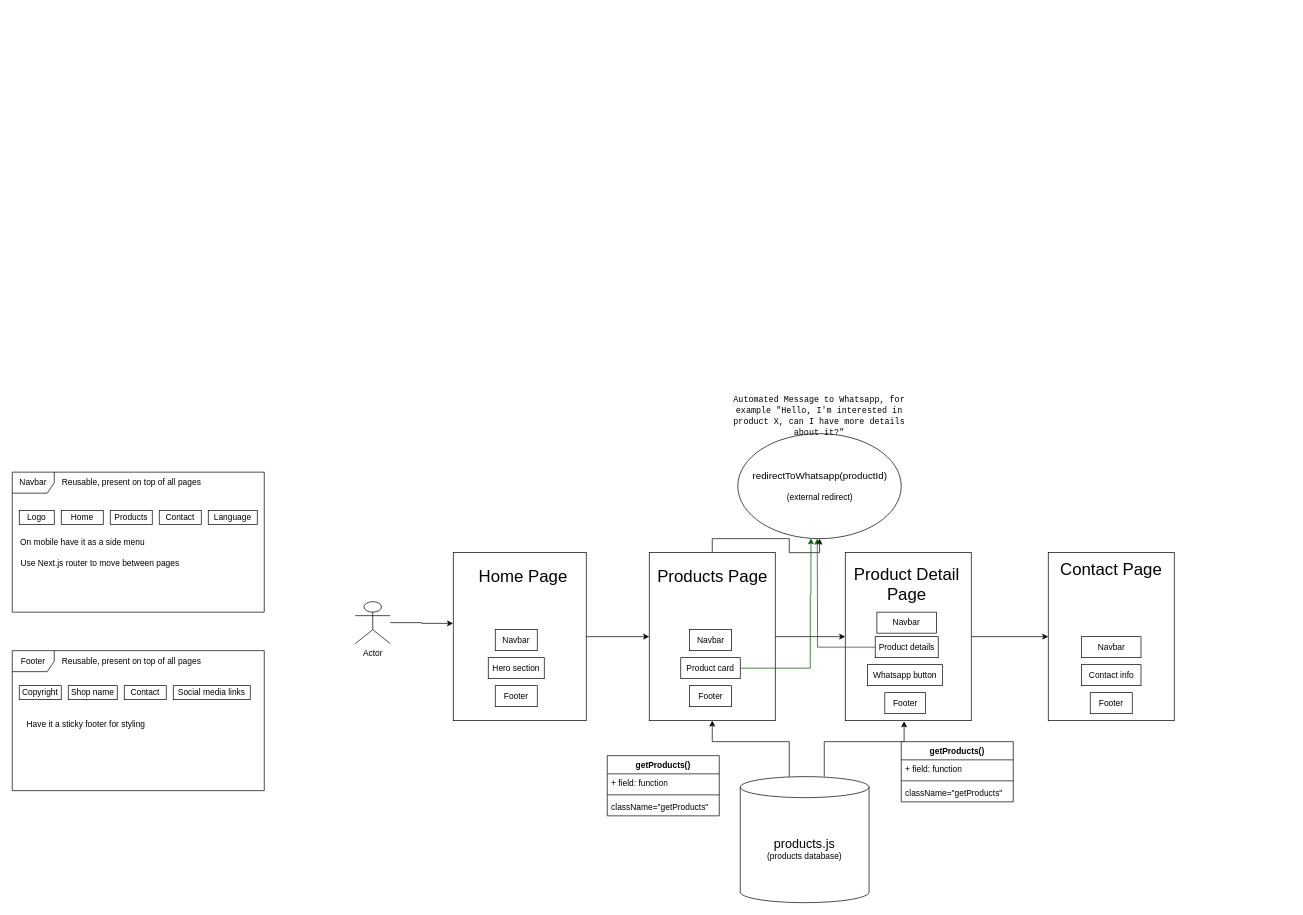
Earlier version of the draw.io diagram Untitled Diagram.drawio (Heath114/mechanical). Source tidied: cells renumbered, new cells numbered last; positions are measured from the earlier drawing's top-left corner, leaving out a move shared by most shapes. Both pictures are drawn from the tidied source at 70%, with x=0, y=0 at pixel (12, 384).
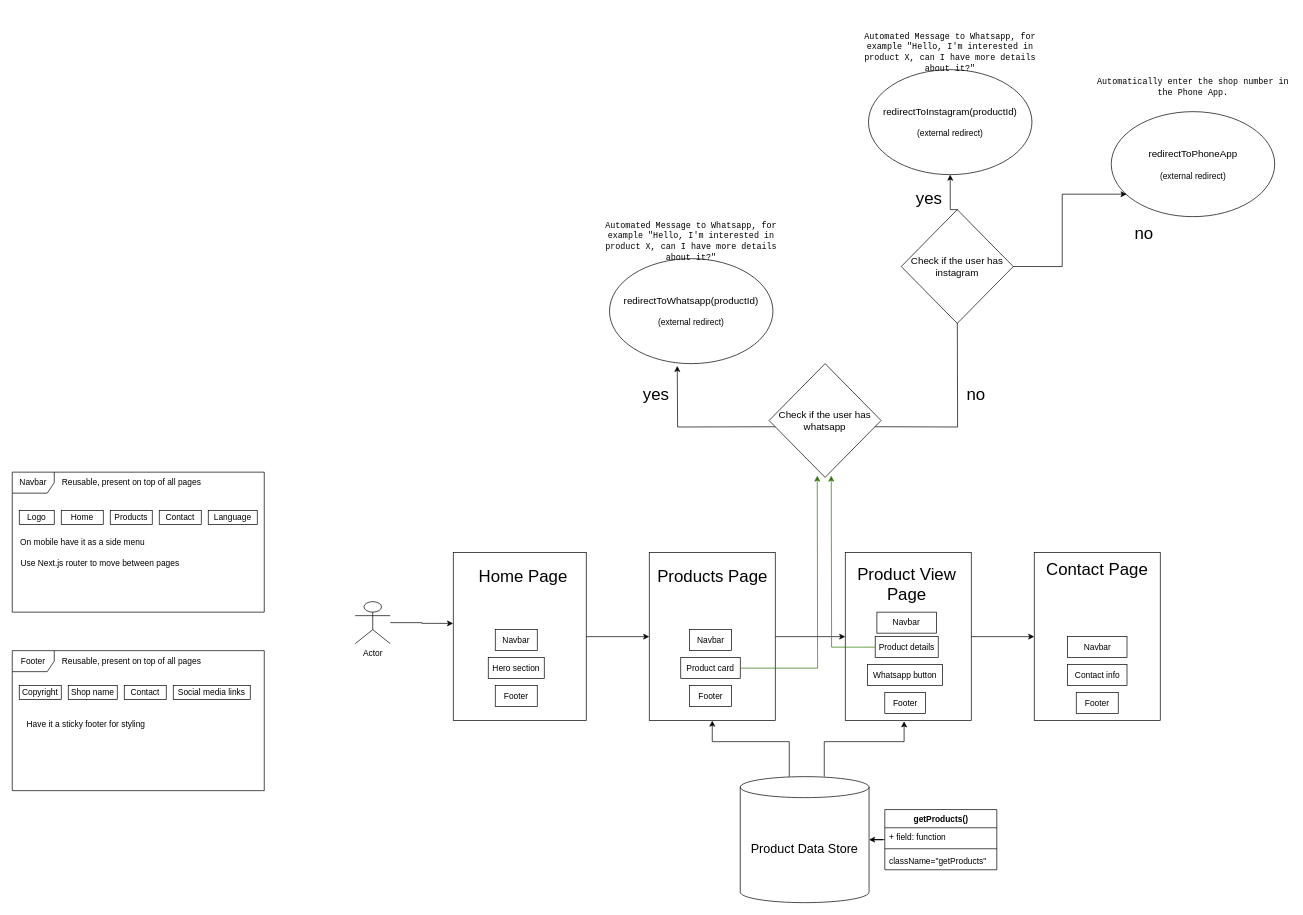
Above is the later version.

The change refers to these unchanged cells:
```xml
<mxCell id="4" style="rounded=0;whiteSpace=wrap;html=1;" parent="1" vertex="1">
  <mxGeometry x="910" y="240" width="180" height="240" as="geometry" />
</mxCell>
<mxCell id="15" value="Product card" style="rounded=0;whiteSpace=wrap;html=1;" parent="1" vertex="1">
  <mxGeometry x="955" y="390" width="85" height="30" as="geometry" />
</mxCell>
<mxCell id="17" value="Product details" style="rounded=0;whiteSpace=wrap;html=1;" parent="1" vertex="1">
  <mxGeometry x="1232.8" y="360" width="90" height="30" as="geometry" />
</mxCell>
```

The edit, as a diff of the source:
```diff
@@
-    <mxCell id="3" style="edgeStyle=orthogonalEdgeStyle;rounded=0;jettySize=auto;html=1;" parent="1" edge="1" source="4" target="29">
-      <mxGeometry relative="1" as="geometry" />
-    </mxCell>
@@
     <mxCell id="7" style="rounded=0;whiteSpace=wrap;html=1;" parent="1" vertex="1">
-      <mxGeometry x="1480" y="240" width="180" height="240" as="geometry" />
+      <mxGeometry x="1460" y="240" width="180" height="240" as="geometry" />
     </mxCell>
@@
-    <mxCell id="14" style="edgeStyle=orthogonalEdgeStyle;rounded=0;jettySize=auto;html=1;fillColor=#008a00;strokeColor=#005700;" parent="1" edge="1" source="15" target="29">
-      <mxGeometry relative="1" as="geometry">
-        <Array as="points">
-          <mxPoint x="1140" y="405" />
-          <mxPoint x="1140" y="300" />
-          <mxPoint x="1141" y="300" />
-        </Array>
-      </mxGeometry>
-    </mxCell>
+    <mxCell id="60" style="edgeStyle=orthogonalEdgeStyle;rounded=0;jettySize=auto;html=1;fillColor=#60a917;strokeColor=#2D7600;" parent="1" edge="1" source="15">
+      <mxGeometry relative="1" as="geometry">
+        <mxPoint x="1150" y="130" as="targetPoint" />
+      </mxGeometry>
+    </mxCell>
@@
+    <mxCell id="61" style="edgeStyle=orthogonalEdgeStyle;rounded=0;jettySize=auto;html=1;fillColor=#60a917;strokeColor=#2D7600;" parent="1" edge="1" source="17">
+      <mxGeometry relative="1" as="geometry">
+        <mxPoint x="1170" y="130" as="targetPoint" />
+      </mxGeometry>
+    </mxCell>
@@
     <mxCell id="19" value="Contact info" style="rounded=0;whiteSpace=wrap;html=1;" parent="1" vertex="1">
-      <mxGeometry x="1527.5" y="400" width="85" height="30" as="geometry" />
+      <mxGeometry x="1507.5" y="400" width="85" height="30" as="geometry" />
     </mxCell>
     <mxCell id="20" value="Footer" style="rounded=0;whiteSpace=wrap;html=1;" parent="1" vertex="1">
-      <mxGeometry x="1540" y="440" width="60" height="30" as="geometry" />
+      <mxGeometry x="1520" y="440" width="60" height="30" as="geometry" />
     </mxCell>
@@
     <mxCell id="23" value="Navbar" style="rounded=0;whiteSpace=wrap;html=1;" parent="1" vertex="1">
-      <mxGeometry x="1527.5" y="360" width="85" height="30" as="geometry" />
+      <mxGeometry x="1507.5" y="360" width="85" height="30" as="geometry" />
     </mxCell>
-    <mxCell id="24" value="&lt;font style=&quot;font-size: 18px;&quot;&gt;products.js&lt;/font&gt;&lt;div&gt;(products database)&lt;/div&gt;" style="shape=cylinder3;whiteSpace=wrap;html=1;boundedLbl=1;backgroundOutline=1;size=15;" parent="1" vertex="1">
+    <mxCell id="24" value="&lt;span style=&quot;font-size: 18px;&quot;&gt;Product Data Store&lt;/span&gt;" style="shape=cylinder3;whiteSpace=wrap;html=1;boundedLbl=1;backgroundOutline=1;size=15;" parent="1" vertex="1">
       <mxGeometry x="1040" y="560" width="184" height="180" as="geometry" />
     </mxCell>
@@
     <mxCell id="27" value="&lt;font style=&quot;font-size: 24px;&quot;&gt;Contact Page&lt;/font&gt;" style="text;html=1;align=center;verticalAlign=middle;whiteSpace=wrap;rounded=0;" parent="1" vertex="1">
-      <mxGeometry x="1488.9" y="250" width="162.2" height="30" as="geometry" />
+      <mxGeometry x="1468.9" y="250" width="162.2" height="30" as="geometry" />
     </mxCell>
@@
     <mxCell id="29" value="&lt;font style=&quot;color: light-dark(rgb(0, 0, 0), rgb(255, 255, 0)); font-size: 14px;&quot;&gt;redirectToWhatsapp(productId)&lt;/font&gt;&lt;div&gt;&lt;br&gt;&lt;/div&gt;&lt;div&gt;(external redirect)&lt;/div&gt;" style="ellipse;whiteSpace=wrap;html=1;" parent="1" vertex="1">
-      <mxGeometry x="1036.5" y="70" width="233.5" height="150" as="geometry" />
+      <mxGeometry x="853.2" y="-180" width="233.5" height="150" as="geometry" />
     </mxCell>
-    <mxCell id="30" style="edgeStyle=orthogonalEdgeStyle;rounded=0;jettySize=auto;html=1;fillColor=#008a00;strokeColor=#005700;" parent="1" edge="1" source="17">
-      <mxGeometry relative="1" as="geometry">
-        <mxPoint x="1150" y="220" as="targetPoint" />
-      </mxGeometry>
-    </mxCell>
     <mxCell id="31" value="&lt;br&gt;&lt;p&gt;&lt;font style=&quot;color: light-dark(rgb(0, 0, 0), rgb(102, 197, 255));&quot; face=&quot;monospace&quot;&gt;Automated Message to Whatsapp, for example &quot;Hello, I'm interested in product X, can I have more details about it?&quot;&lt;/font&gt;&lt;/p&gt;&lt;div&gt;&lt;br&gt;&lt;/div&gt;" style="text;html=1;align=center;verticalAlign=middle;whiteSpace=wrap;rounded=0;" parent="1" vertex="1">
-      <mxGeometry x="1013.2" width="280" height="90" as="geometry" />
+      <mxGeometry x="830" y="-250" width="280" height="90" as="geometry" />
     </mxCell>
@@
-    <mxCell id="34" value="&lt;font style=&quot;font-size: 24px;&quot;&gt;Product Detail Page&lt;/font&gt;" style="text;html=1;align=center;verticalAlign=middle;whiteSpace=wrap;rounded=0;" parent="1" vertex="1">
+    <mxCell id="34" value="&lt;font style=&quot;font-size: 24px;&quot;&gt;Product View Page&lt;/font&gt;" style="text;html=1;align=center;verticalAlign=middle;whiteSpace=wrap;rounded=0;" parent="1" vertex="1">
       <mxGeometry x="1196" y="270" width="163.5" height="30" as="geometry" />
     </mxCell>
+    <mxCell id="62" style="edgeStyle=orthogonalEdgeStyle;rounded=0;jettySize=auto;html=1;" parent="1" edge="1" source="35" target="24">
+      <mxGeometry relative="1" as="geometry" />
+    </mxCell>
     <mxCell id="35" value="&lt;font style=&quot;color: light-dark(rgb(0, 0, 0), rgb(255, 255, 51));&quot;&gt;getProducts()&lt;/font&gt;" style="swimlane;fontStyle=1;align=center;verticalAlign=top;horizontal=1;startSize=26;whiteSpace=wrap;html=1;" parent="1" vertex="1">
-      <mxGeometry x="1270" y="510" width="160" height="86" as="geometry" />
+      <mxGeometry x="1246.5" y="607" width="160" height="86" as="geometry" />
     </mxCell>
@@
-    <mxCell id="39" value="&lt;font style=&quot;color: light-dark(rgb(0, 0, 0), rgb(255, 255, 0));&quot;&gt;getProducts()&lt;/font&gt;" style="swimlane;fontStyle=1;align=center;verticalAlign=top;horizontal=1;startSize=26;whiteSpace=wrap;html=1;" parent="1" vertex="1">
-      <mxGeometry x="850" y="530" width="160" height="86" as="geometry" />
-    </mxCell>
-    <mxCell id="40" value="+ field: function&lt;div&gt;&lt;br&gt;&lt;/div&gt;" style="text;strokeColor=none;fillColor=none;align=left;verticalAlign=top;spacingLeft=4;spacingRight=4;overflow=hidden;whiteSpace=wrap;html=1;" parent="39" vertex="1">
-      <mxGeometry y="26" width="160" height="26" as="geometry" />
-    </mxCell>
-    <mxCell id="41" style="line;strokeWidth=1;fillColor=none;align=left;verticalAlign=middle;spacingTop=-1;spacingLeft=3;spacingRight=3;labelPosition=right;strokeColor=inherit;" parent="39" vertex="1">
-      <mxGeometry y="52" width="160" height="8" as="geometry" />
-    </mxCell>
-    <mxCell id="42" value="className=&quot;getProducts&quot;" style="text;strokeColor=none;fillColor=none;align=left;verticalAlign=top;spacingLeft=4;spacingRight=4;overflow=hidden;whiteSpace=wrap;html=1;" parent="39" vertex="1">
-      <mxGeometry y="60" width="160" height="26" as="geometry" />
-    </mxCell>
@@
+    <mxCell id="63" value="&lt;font style=&quot;color: light-dark(rgb(0, 0, 0), rgb(255, 255, 0)); font-size: 14px;&quot;&gt;redirectToInstagram(productId)&lt;/font&gt;&lt;div&gt;&lt;br&gt;&lt;/div&gt;&lt;div&gt;(external redirect)&lt;/div&gt;" style="ellipse;whiteSpace=wrap;html=1;" parent="1" vertex="1">
+      <mxGeometry x="1223.2" y="-450" width="233.5" height="150" as="geometry" />
+    </mxCell>
+    <mxCell id="64" value="&lt;br&gt;&lt;p&gt;&lt;font style=&quot;color: light-dark(rgb(0, 0, 0), rgb(102, 197, 255));&quot; face=&quot;monospace&quot;&gt;Automated Message to Whatsapp, for example &quot;Hello, I'm interested in product X, can I have more details about it?&quot;&lt;/font&gt;&lt;/p&gt;&lt;div&gt;&lt;br&gt;&lt;/div&gt;" style="text;html=1;align=center;verticalAlign=middle;whiteSpace=wrap;rounded=0;" parent="1" vertex="1">
+      <mxGeometry x="1200" y="-520" width="280" height="90" as="geometry" />
+    </mxCell>
+    <mxCell id="65" style="edgeStyle=orthogonalEdgeStyle;rounded=0;orthogonalLoop=1;jettySize=auto;html=1;entryX=0.5;entryY=1;entryDx=0;entryDy=0;" parent="1" edge="1">
+      <mxGeometry relative="1" as="geometry">
+        <mxPoint x="1197.2" y="60" as="sourcePoint" />
+        <mxPoint x="1350" y="-135" as="targetPoint" />
+      </mxGeometry>
+    </mxCell>
+    <mxCell id="66" style="edgeStyle=orthogonalEdgeStyle;rounded=0;orthogonalLoop=1;jettySize=auto;html=1;entryX=0.472;entryY=1.021;entryDx=0;entryDy=0;entryPerimeter=0;" parent="1" edge="1">
+      <mxGeometry relative="1" as="geometry">
+        <mxPoint x="1156.5" y="60" as="sourcePoint" />
+        <mxPoint x="950" y="-26.8" as="targetPoint" />
+      </mxGeometry>
+    </mxCell>
+    <mxCell id="67" value="&lt;font style=&quot;font-size: 24px; color: light-dark(rgb(0, 0, 0), rgb(255, 0, 0));&quot;&gt;no&lt;/font&gt;" style="text;html=1;align=center;verticalAlign=middle;whiteSpace=wrap;rounded=0;" parent="1" vertex="1">
+      <mxGeometry x="1346.5" width="60" height="30" as="geometry" />
+    </mxCell>
+    <mxCell id="68" value="&lt;font style=&quot;font-size: 24px; color: light-dark(rgb(0, 0, 0), rgb(128, 255, 0));&quot;&gt;yes&lt;/font&gt;" style="text;html=1;align=center;verticalAlign=middle;whiteSpace=wrap;rounded=0;" parent="1" vertex="1">
+      <mxGeometry x="890" width="60" height="30" as="geometry" />
+    </mxCell>
+    <mxCell id="69" style="edgeStyle=orthogonalEdgeStyle;rounded=0;jettySize=auto;html=1;" parent="1" edge="1" target="63">
+      <mxGeometry relative="1" as="geometry">
+        <mxPoint x="1349.9" y="-200" as="sourcePoint" />
+      </mxGeometry>
+    </mxCell>
+    <mxCell id="70" value="&lt;font style=&quot;font-size: 24px; color: light-dark(rgb(0, 0, 0), rgb(102, 204, 0));&quot;&gt;yes&lt;/font&gt;" style="text;html=1;align=center;verticalAlign=middle;whiteSpace=wrap;rounded=0;" parent="1" vertex="1">
+      <mxGeometry x="1280" y="-280" width="60" height="30" as="geometry" />
+    </mxCell>
+    <mxCell id="71" value="&lt;font style=&quot;font-size: 24px; color: light-dark(rgb(0, 0, 0), rgb(255, 0, 0));&quot;&gt;no&lt;/font&gt;" style="text;html=1;align=center;verticalAlign=middle;whiteSpace=wrap;rounded=0;" parent="1" vertex="1">
+      <mxGeometry x="1587" y="-230" width="60" height="30" as="geometry" />
+    </mxCell>
+    <mxCell id="72" value="&lt;div&gt;&lt;font style=&quot;color: light-dark(rgb(0, 0, 0), rgb(255, 255, 0));&quot;&gt;&lt;span style=&quot;font-size: 14px;&quot;&gt;redirectToPhoneApp&lt;/span&gt;&lt;/font&gt;&lt;/div&gt;&lt;div&gt;&lt;font color=&quot;#ffff00&quot;&gt;&lt;span style=&quot;font-size: 14px;&quot;&gt;&lt;br&gt;&lt;/span&gt;&lt;/font&gt;&lt;/div&gt;&lt;div&gt;(external redirect)&lt;/div&gt;" style="ellipse;whiteSpace=wrap;html=1;" parent="1" vertex="1">
+      <mxGeometry x="1570" y="-390" width="233.5" height="150" as="geometry" />
+    </mxCell>
+    <mxCell id="73" style="edgeStyle=orthogonalEdgeStyle;rounded=0;jettySize=auto;html=1;entryX=0.094;entryY=0.786;entryDx=0;entryDy=0;entryPerimeter=0;exitX=1;exitY=0.5;exitDx=0;exitDy=0;" parent="1" edge="1" source="75" target="72">
+      <mxGeometry relative="1" as="geometry" />
+    </mxCell>
+    <mxCell id="74" value="&lt;br&gt;&lt;p&gt;&lt;font style=&quot;color: light-dark(rgb(0, 0, 0), rgb(102, 197, 255));&quot; face=&quot;monospace&quot;&gt;Automatically enter the shop number in the Phone App.&lt;/font&gt;&lt;/p&gt;&lt;div&gt;&lt;br&gt;&lt;/div&gt;" style="text;html=1;align=center;verticalAlign=middle;whiteSpace=wrap;rounded=0;" parent="1" vertex="1">
+      <mxGeometry x="1546.8" y="-470" width="280" height="90" as="geometry" />
+    </mxCell>
+    <mxCell id="75" value="&lt;span style=&quot;font-size: 14px;&quot;&gt;Check if the user has instagram&lt;/span&gt;" style="rhombus;whiteSpace=wrap;html=1;" parent="1" vertex="1">
+      <mxGeometry x="1270" y="-250" width="160" height="162.5" as="geometry" />
+    </mxCell>
+    <mxCell id="76" value="&lt;span style=&quot;font-size: 14px;&quot;&gt;Check if the user has whatsapp&lt;/span&gt;" style="rhombus;whiteSpace=wrap;html=1;" parent="1" vertex="1">
+      <mxGeometry x="1081.2" y="-30" width="160" height="162.5" as="geometry" />
+    </mxCell>
```
